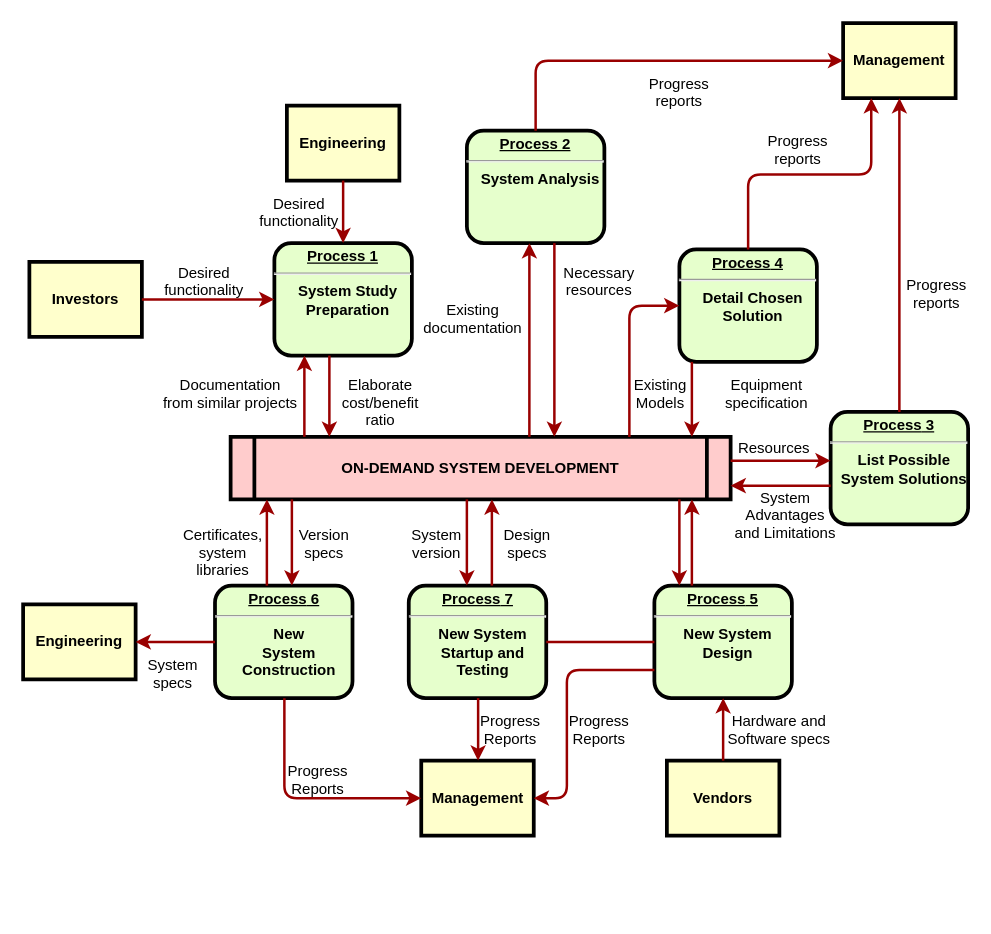
This is 未命名绘图.drawio from DavidDong004/GDN, a draw.io file, before an edit. Source tidied: cells renumbered, new cells numbered last; positions are measured from the earlier drawing's top-left corner, leaving out a move shared by most shapes. Both pictures are drawn from the tidied source at 125%, with x=0, y=0 at pixel (22, 22).
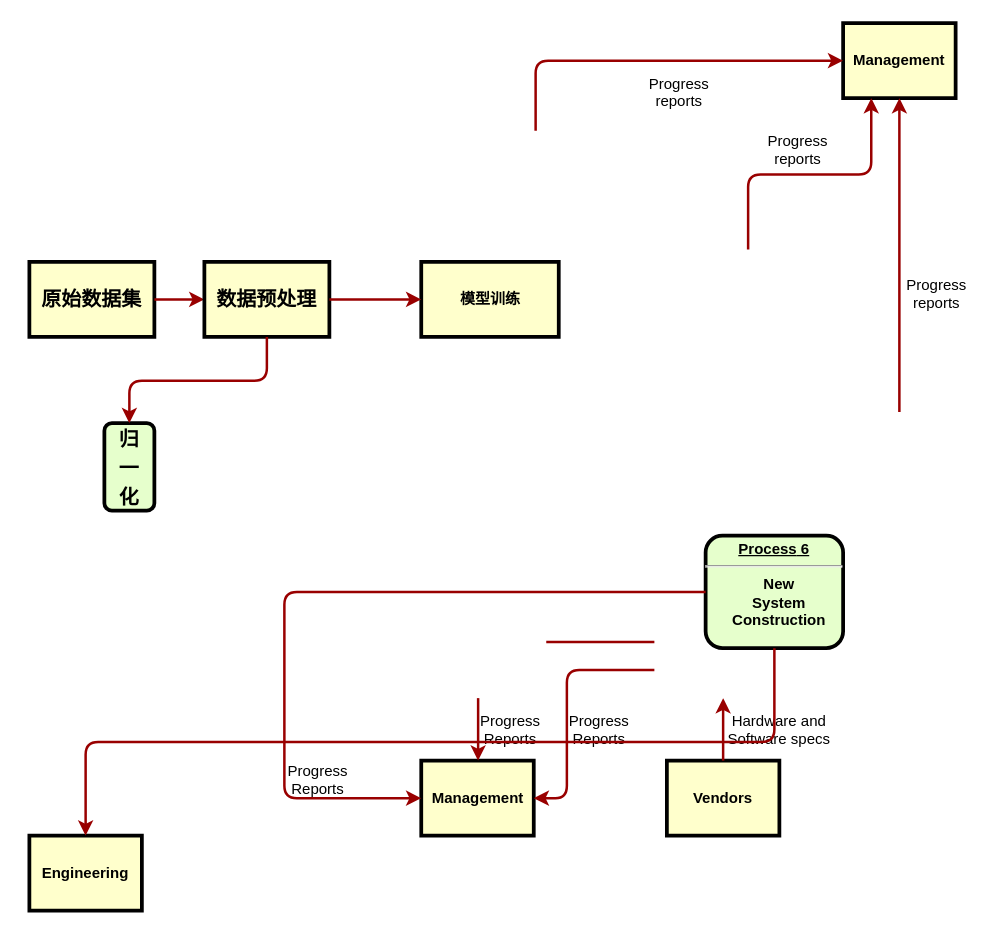
After the change.

Commit message (it also covers changes not shown here):
更新未命名绘图.drawio

Unchanged cells that the change refers to:
```xml
<mxCell id="11" value="Management" style="whiteSpace=wrap;align=center;verticalAlign=middle;fontStyle=1;strokeWidth=3;fillColor=#FFFFCC;" parent="1" vertex="1">
  <mxGeometry x="656" width="90" height="60" as="geometry" />
</mxCell>
<mxCell id="12" value="Management" style="whiteSpace=wrap;align=center;verticalAlign=middle;fontStyle=1;strokeWidth=3;fillColor=#FFFFCC;" parent="1" vertex="1">
  <mxGeometry x="318.5" y="590" width="90" height="60" as="geometry" />
</mxCell>
<mxCell id="14" value="Vendors" style="whiteSpace=wrap;align=center;verticalAlign=middle;fontStyle=1;strokeWidth=3;fillColor=#FFFFCC;" parent="1" vertex="1">
  <mxGeometry x="515" y="590" width="90" height="60" as="geometry" />
</mxCell>
```

Change to the diagram source:
```diff
@@
-    <mxCell id="2" value="&lt;p style=&quot;margin: 0px; margin-top: 4px; text-align: center; text-decoration: underline;&quot;&gt;&lt;strong&gt;Process 1&lt;br /&gt;&lt;/strong&gt;&lt;/p&gt;&lt;hr /&gt;&lt;p style=&quot;margin: 0px; margin-left: 8px;&quot;&gt;System Study&lt;/p&gt;&lt;p style=&quot;margin: 0px; margin-left: 8px;&quot;&gt;Preparation&lt;/p&gt;" style="verticalAlign=middle;align=center;overflow=fill;fontSize=12;fontFamily=Helvetica;html=1;rounded=1;fontStyle=1;strokeWidth=3;fillColor=#E6FFCC;" parent="1" vertex="1">
-      <mxGeometry x="201" y="176" width="110" height="90" as="geometry" />
-    </mxCell>
-    <mxCell id="3" value="Engineering" style="whiteSpace=wrap;align=center;verticalAlign=middle;fontStyle=1;strokeWidth=3;fillColor=#FFFFCC;" parent="1" vertex="1">
-      <mxGeometry x="211" y="66" width="90" height="60" as="geometry" />
-    </mxCell>
-    <mxCell id="4" value="Investors" style="whiteSpace=wrap;align=center;verticalAlign=middle;fontStyle=1;strokeWidth=3;fillColor=#FFFFCC;" parent="1" vertex="1">
-      <mxGeometry x="5" y="191" width="90" height="60" as="geometry" />
+    <mxCell id="4" value="原始数据集" style="whiteSpace=wrap;align=center;verticalAlign=middle;fontStyle=1;strokeWidth=3;fillColor=#FFFFCC;fontSize=16;" parent="1" vertex="1">
+      <mxGeometry x="5" y="191" width="100" height="60" as="geometry" />
     </mxCell>
-    <mxCell id="5" value="ON-DEMAND SYSTEM DEVELOPMENT" style="shape=process;whiteSpace=wrap;align=center;verticalAlign=middle;size=0.0475;fontStyle=1;strokeWidth=3;fillColor=#FFCCCC;" parent="1" vertex="1">
-      <mxGeometry x="166" y="331" width="400" height="50" as="geometry" />
-    </mxCell>
-    <mxCell id="6" value="&lt;p style=&quot;margin: 0px; margin-top: 4px; text-align: center; text-decoration: underline;&quot;&gt;&lt;strong&gt;Process 2&lt;br /&gt;&lt;/strong&gt;&lt;/p&gt;&lt;hr /&gt;&lt;p style=&quot;margin: 0px; margin-left: 8px;&quot;&gt;System Analysis&lt;/p&gt;" style="verticalAlign=middle;align=center;overflow=fill;fontSize=12;fontFamily=Helvetica;html=1;rounded=1;fontStyle=1;strokeWidth=3;fillColor=#E6FFCC;" parent="1" vertex="1">
-      <mxGeometry x="355" y="86" width="110" height="90" as="geometry" />
-    </mxCell>
-    <mxCell id="7" value="&lt;p style=&quot;margin: 0px; margin-top: 4px; text-align: center; text-decoration: underline;&quot;&gt;&lt;strong&gt;&lt;strong&gt;Process&lt;/strong&gt; 3&lt;br /&gt;&lt;/strong&gt;&lt;/p&gt;&lt;hr /&gt;&lt;p style=&quot;margin: 0px; margin-left: 8px;&quot;&gt;List Possible&lt;/p&gt;&lt;p style=&quot;margin: 0px; margin-left: 8px;&quot;&gt;System Solutions&lt;/p&gt;" style="verticalAlign=middle;align=center;overflow=fill;fontSize=12;fontFamily=Helvetica;html=1;rounded=1;fontStyle=1;strokeWidth=3;fillColor=#E6FFCC;" parent="1" vertex="1">
-      <mxGeometry x="646" y="311" width="110" height="90" as="geometry" />
-    </mxCell>
-    <mxCell id="8" value="&lt;p style=&quot;margin: 0px; margin-top: 4px; text-align: center; text-decoration: underline;&quot;&gt;&lt;strong&gt;&lt;strong&gt;Process&lt;/strong&gt; 4&lt;br /&gt;&lt;/strong&gt;&lt;/p&gt;&lt;hr /&gt;&lt;p style=&quot;margin: 0px; margin-left: 8px;&quot;&gt;Detail Chosen&lt;/p&gt;&lt;p style=&quot;margin: 0px; margin-left: 8px;&quot;&gt;Solution&lt;/p&gt;" style="verticalAlign=middle;align=center;overflow=fill;fontSize=12;fontFamily=Helvetica;html=1;rounded=1;fontStyle=1;strokeWidth=3;fillColor=#E6FFCC;" parent="1" vertex="1">
-      <mxGeometry x="525" y="181" width="110" height="90" as="geometry" />
-    </mxCell>
-    <mxCell id="9" value="&lt;p style=&quot;margin: 0px; margin-top: 4px; text-align: center; text-decoration: underline;&quot;&gt;&lt;strong&gt;&lt;strong&gt;Process&lt;/strong&gt; 5&lt;br /&gt;&lt;/strong&gt;&lt;/p&gt;&lt;hr /&gt;&lt;p style=&quot;margin: 0px; margin-left: 8px;&quot;&gt;New System&lt;/p&gt;&lt;p style=&quot;margin: 0px; margin-left: 8px;&quot;&gt;Design&lt;/p&gt;" style="verticalAlign=middle;align=center;overflow=fill;fontSize=12;fontFamily=Helvetica;html=1;rounded=1;fontStyle=1;strokeWidth=3;fillColor=#E6FFCC;" parent="1" vertex="1">
-      <mxGeometry x="505" y="450" width="110" height="90" as="geometry" />
-    </mxCell>
     <mxCell id="10" value="&lt;p style=&quot;margin: 0px; margin-top: 4px; text-align: center; text-decoration: underline;&quot;&gt;&lt;strong&gt;&lt;strong&gt;Process&lt;/strong&gt; 6&lt;br /&gt;&lt;/strong&gt;&lt;/p&gt;&lt;hr /&gt;&lt;p style=&quot;margin: 0px; margin-left: 8px;&quot;&gt;New&lt;/p&gt;&lt;p style=&quot;margin: 0px; margin-left: 8px;&quot;&gt;System&lt;/p&gt;&lt;p style=&quot;margin: 0px; margin-left: 8px;&quot;&gt;Construction&lt;/p&gt;" style="verticalAlign=middle;align=center;overflow=fill;fontSize=12;fontFamily=Helvetica;html=1;rounded=1;fontStyle=1;strokeWidth=3;fillColor=#E6FFCC;" parent="1" vertex="1">
-      <mxGeometry x="153.5" y="450" width="110" height="90" as="geometry" />
+      <mxGeometry x="546" y="410" width="110" height="90" as="geometry" />
     </mxCell>
@@
     <mxCell id="13" value="Engineering" style="whiteSpace=wrap;align=center;verticalAlign=middle;fontStyle=1;strokeWidth=3;fillColor=#FFFFCC;" parent="1" vertex="1">
-      <mxGeometry y="465" width="90" height="60" as="geometry" />
+      <mxGeometry x="5" y="650" width="90" height="60" as="geometry" />
     </mxCell>
@@
-    <mxCell id="15" style="edgeStyle=none;noEdgeStyle=1;strokeColor=#990000;strokeWidth=2;" parent="1" edge="1" source="3" target="2">
-      <mxGeometry relative="1" as="geometry" />
-    </mxCell>
-    <mxCell id="16" style="edgeStyle=none;noEdgeStyle=1;strokeColor=#990000;strokeWidth=2;" parent="1" edge="1" source="4" target="2">
+    <mxCell id="16" style="edgeStyle=none;noEdgeStyle=1;strokeColor=#990000;strokeWidth=2;" parent="1" edge="1" source="4" target="63">
       <mxGeometry relative="1" as="geometry" />
     </mxCell>
-    <mxCell id="17" value="&lt;p style=&quot;margin: 0px; margin-top: 4px; text-align: center; text-decoration: underline;&quot;&gt;&lt;strong&gt;&lt;strong&gt;Process&lt;/strong&gt; 7&lt;br /&gt;&lt;/strong&gt;&lt;/p&gt;&lt;hr /&gt;&lt;p style=&quot;margin: 0px; margin-left: 8px;&quot;&gt;New System&lt;/p&gt;&lt;p style=&quot;margin: 0px; margin-left: 8px;&quot;&gt;Startup and&lt;/p&gt;&lt;p style=&quot;margin: 0px; margin-left: 8px;&quot;&gt;Testing&lt;/p&gt;" style="verticalAlign=middle;align=center;overflow=fill;fontSize=12;fontFamily=Helvetica;html=1;rounded=1;fontStyle=1;strokeWidth=3;fillColor=#E6FFCC;" parent="1" vertex="1">
-      <mxGeometry x="308.5" y="450" width="110" height="90" as="geometry" />
-    </mxCell>
-    <mxCell id="18" style="endArrow=none;noEdgeStyle=1;strokeColor=#990000;strokeWidth=2;" parent="1" edge="1" source="9" target="17">
-      <mxGeometry relative="1" as="geometry" />
+    <mxCell id="18" style="endArrow=none;noEdgeStyle=1;strokeColor=#990000;strokeWidth=2;" parent="1" edge="1">
+      <mxGeometry relative="1" as="geometry">
+        <mxPoint x="505" y="495" as="sourcePoint" />
+        <mxPoint x="418.5" y="495" as="targetPoint" />
+      </mxGeometry>
     </mxCell>
-    <mxCell id="19" value="Desired &#10;functionality" style="text;spacingTop=-5;align=center;" parent="1" vertex="1">
-      <mxGeometry x="130" y="191" width="30" height="20" as="geometry" />
-    </mxCell>
-    <mxCell id="20" value="Desired &#10;functionality" style="text;spacingTop=-5;align=center;" parent="1" vertex="1">
-      <mxGeometry x="206" y="136" width="30" height="20" as="geometry" />
-    </mxCell>
-    <mxCell id="21" value="Documentation&#10;from similar projects" style="text;spacingTop=-5;align=center;" parent="1" vertex="1">
-      <mxGeometry x="151" y="281" width="30" height="20" as="geometry" />
-    </mxCell>
-    <mxCell id="22" style="edgeStyle=elbowEdgeStyle;elbow=horizontal;strokeColor=#990000;strokeWidth=2;" parent="1" edge="1" source="5" target="2">
-      <mxGeometry relative="1" as="geometry">
-        <Array as="points">
-          <mxPoint x="225" y="310" />
-        </Array>
-      </mxGeometry>
-    </mxCell>
-    <mxCell id="23" style="edgeStyle=elbowEdgeStyle;elbow=horizontal;strokeColor=#990000;strokeWidth=2;" parent="1" edge="1" source="2" target="5">
-      <mxGeometry relative="1" as="geometry">
-        <Array as="points">
-          <mxPoint x="245" y="300" />
-        </Array>
-      </mxGeometry>
-    </mxCell>
-    <mxCell id="24" value="Elaborate&#10;cost/benefit&#10;ratio" style="text;spacingTop=-5;align=center;" parent="1" vertex="1">
-      <mxGeometry x="271" y="281" width="30" height="20" as="geometry" />
-    </mxCell>
-    <mxCell id="25" style="edgeStyle=elbowEdgeStyle;elbow=horizontal;strokeColor=#990000;strokeWidth=2;" parent="1" edge="1" source="5" target="6">
-      <mxGeometry relative="1" as="geometry">
-        <Array as="points">
-          <mxPoint x="405" y="250" />
-        </Array>
-      </mxGeometry>
-    </mxCell>
-    <mxCell id="26" style="edgeStyle=elbowEdgeStyle;elbow=horizontal;strokeColor=#990000;strokeWidth=2;" parent="1" edge="1" source="6" target="5">
-      <mxGeometry relative="1" as="geometry">
-        <Array as="points">
-          <mxPoint x="425" y="260" />
-        </Array>
-      </mxGeometry>
-    </mxCell>
-    <mxCell id="27" value="Existing&#10;documentation" style="text;spacingTop=-5;align=center;" parent="1" vertex="1">
-      <mxGeometry x="345" y="221" width="30" height="20" as="geometry" />
-    </mxCell>
-    <mxCell id="28" value="Necessary&#10;resources" style="text;spacingTop=-5;align=center;" parent="1" vertex="1">
-      <mxGeometry x="446" y="191" width="30" height="20" as="geometry" />
-    </mxCell>
@@
-    <mxCell id="32" style="edgeStyle=elbowEdgeStyle;elbow=horizontal;strokeColor=#990000;strokeWidth=2;" parent="1" edge="1" source="6" target="11">
+    <mxCell id="32" style="edgeStyle=elbowEdgeStyle;elbow=horizontal;strokeColor=#990000;strokeWidth=2;" parent="1" edge="1" target="11">
       <mxGeometry relative="1" as="geometry">
+        <mxPoint x="410" y="86" as="sourcePoint" />
         <Array as="points">
           <mxPoint x="410" y="80" />
         </Array>
       </mxGeometry>
     </mxCell>
-    <mxCell id="33" style="edgeStyle=elbowEdgeStyle;elbow=vertical;entryX=0.25;entryY=1;strokeColor=#990000;strokeWidth=2;" parent="1" edge="1" source="8" target="11">
-      <mxGeometry relative="1" as="geometry" />
+    <mxCell id="33" style="edgeStyle=elbowEdgeStyle;elbow=vertical;entryX=0.25;entryY=1;strokeColor=#990000;strokeWidth=2;" parent="1" edge="1" target="11">
+      <mxGeometry relative="1" as="geometry">
+        <mxPoint x="580" y="181" as="sourcePoint" />
+      </mxGeometry>
     </mxCell>
-    <mxCell id="34" style="edgeStyle=elbowEdgeStyle;elbow=horizontal;strokeColor=#990000;strokeWidth=2;" parent="1" edge="1" source="7" target="11">
-      <mxGeometry relative="1" as="geometry" />
+    <mxCell id="34" style="edgeStyle=elbowEdgeStyle;elbow=horizontal;strokeColor=#990000;strokeWidth=2;" parent="1" edge="1" target="11">
+      <mxGeometry relative="1" as="geometry">
+        <mxPoint x="701" y="311" as="sourcePoint" />
+      </mxGeometry>
     </mxCell>
-    <mxCell id="35" style="edgeStyle=elbowEdgeStyle;elbow=horizontal;strokeColor=#990000;strokeWidth=2;" parent="1" edge="1" source="8" target="5">
-      <mxGeometry relative="1" as="geometry">
-        <Array as="points">
-          <mxPoint x="535" y="300" />
-        </Array>
-      </mxGeometry>
-    </mxCell>
-    <mxCell id="36" style="edgeStyle=segmentEdgeStyle;strokeColor=#990000;strokeWidth=2;" parent="1" edge="1" source="5" target="8">
-      <mxGeometry relative="1" as="geometry">
-        <Array as="points">
-          <mxPoint x="485" y="226" />
-        </Array>
-      </mxGeometry>
-    </mxCell>
-    <mxCell id="37" value="Existing&#10;Models" style="text;spacingTop=-5;align=center;" parent="1" vertex="1">
-      <mxGeometry x="495" y="281" width="30" height="20" as="geometry" />
-    </mxCell>
-    <mxCell id="38" value="Equipment&#10;specification" style="text;spacingTop=-5;align=center;" parent="1" vertex="1">
-      <mxGeometry x="580" y="281" width="30" height="20" as="geometry" />
-    </mxCell>
-    <mxCell id="39" style="edgeStyle=elbowEdgeStyle;elbow=vertical;strokeColor=#990000;strokeWidth=2;" parent="1" edge="1" source="5" target="7">
-      <mxGeometry relative="1" as="geometry">
-        <Array as="points">
-          <mxPoint x="615" y="350" />
-        </Array>
-      </mxGeometry>
-    </mxCell>
-    <mxCell id="40" style="edgeStyle=elbowEdgeStyle;elbow=vertical;strokeColor=#990000;strokeWidth=2;" parent="1" edge="1" source="7" target="5">
-      <mxGeometry relative="1" as="geometry">
-        <Array as="points">
-          <mxPoint x="615" y="370" />
-        </Array>
-      </mxGeometry>
-    </mxCell>
-    <mxCell id="41" value="Resources" style="text;spacingTop=-5;align=center;" parent="1" vertex="1">
-      <mxGeometry x="586" y="331" width="30" height="20" as="geometry" />
-    </mxCell>
-    <mxCell id="42" value="System &#10;Advantages &#10;and Limitations" style="text;spacingTop=-5;align=center;" parent="1" vertex="1">
-      <mxGeometry x="595" y="371" width="30" height="20" as="geometry" />
-    </mxCell>
-    <mxCell id="43" style="edgeStyle=elbowEdgeStyle;elbow=horizontal;strokeColor=#990000;strokeWidth=2;" parent="1" edge="1" source="9" target="5">
-      <mxGeometry relative="1" as="geometry">
-        <Array as="points">
-          <mxPoint x="535" y="410" />
-        </Array>
-      </mxGeometry>
-    </mxCell>
-    <mxCell id="44" style="edgeStyle=elbowEdgeStyle;elbow=horizontal;strokeColor=#990000;strokeWidth=2;" parent="1" edge="1" source="5" target="9">
-      <mxGeometry relative="1" as="geometry">
-        <Array as="points">
-          <mxPoint x="525" y="420" />
-        </Array>
-      </mxGeometry>
-    </mxCell>
-    <mxCell id="45" style="edgeStyle=elbowEdgeStyle;elbow=horizontal;strokeColor=#990000;strokeWidth=2;" parent="1" edge="1" source="14" target="9">
-      <mxGeometry relative="1" as="geometry" />
+    <mxCell id="45" style="edgeStyle=elbowEdgeStyle;elbow=horizontal;strokeColor=#990000;strokeWidth=2;" parent="1" edge="1" source="14">
+      <mxGeometry relative="1" as="geometry">
+        <mxPoint x="560" y="540" as="targetPoint" />
+      </mxGeometry>
     </mxCell>
@@
-    <mxCell id="47" style="edgeStyle=elbowEdgeStyle;elbow=horizontal;exitX=0;exitY=0.75;strokeColor=#990000;strokeWidth=2;" parent="1" edge="1" source="9" target="12">
+    <mxCell id="47" style="edgeStyle=elbowEdgeStyle;elbow=horizontal;exitX=0;exitY=0.75;strokeColor=#990000;strokeWidth=2;" parent="1" edge="1" target="12">
       <mxGeometry relative="1" as="geometry">
+        <mxPoint x="505" y="517.5" as="sourcePoint" />
         <Array as="points">
           <mxPoint x="435" y="570" />
         </Array>
       </mxGeometry>
     </mxCell>
@@
-    <mxCell id="49" style="edgeStyle=elbowEdgeStyle;elbow=horizontal;strokeColor=#990000;strokeWidth=2;" parent="1" edge="1" source="17" target="12">
-      <mxGeometry relative="1" as="geometry" />
+    <mxCell id="49" style="edgeStyle=elbowEdgeStyle;elbow=horizontal;strokeColor=#990000;strokeWidth=2;" parent="1" edge="1" target="12">
+      <mxGeometry relative="1" as="geometry">
+        <mxPoint x="364" y="540" as="sourcePoint" />
+      </mxGeometry>
     </mxCell>
@@
-    <mxCell id="54" style="edgeStyle=elbowEdgeStyle;elbow=horizontal;strokeColor=#990000;strokeWidth=2;" parent="1" edge="1" source="5" target="17">
-      <mxGeometry relative="1" as="geometry">
-        <Array as="points">
-          <mxPoint x="355" y="410" />
-        </Array>
-      </mxGeometry>
-    </mxCell>
-    <mxCell id="55" style="edgeStyle=elbowEdgeStyle;elbow=horizontal;strokeColor=#990000;strokeWidth=2;" parent="1" edge="1" source="17" target="5">
-      <mxGeometry relative="1" as="geometry">
-        <Array as="points">
-          <mxPoint x="375" y="410" />
-        </Array>
-      </mxGeometry>
-    </mxCell>
-    <mxCell id="56" value="Version&#10;specs" style="text;spacingTop=-5;align=center;" parent="1" vertex="1">
-      <mxGeometry x="226" y="401" width="30" height="20" as="geometry" />
-    </mxCell>
-    <mxCell id="57" value="Certificates,&#10;system&#10;libraries" style="text;spacingTop=-5;align=center;" parent="1" vertex="1">
-      <mxGeometry x="145" y="401" width="30" height="20" as="geometry" />
-    </mxCell>
-    <mxCell id="58" style="edgeStyle=elbowEdgeStyle;elbow=horizontal;strokeColor=#990000;strokeWidth=2;" parent="1" edge="1" source="5" target="10">
-      <mxGeometry relative="1" as="geometry">
-        <Array as="points">
-          <mxPoint x="215" y="410" />
-        </Array>
-      </mxGeometry>
-    </mxCell>
-    <mxCell id="59" style="edgeStyle=elbowEdgeStyle;elbow=horizontal;strokeColor=#990000;strokeWidth=2;" parent="1" edge="1" source="10" target="5">
-      <mxGeometry relative="1" as="geometry">
-        <Array as="points">
-          <mxPoint x="195" y="410" />
-        </Array>
-      </mxGeometry>
-    </mxCell>
-    <mxCell id="60" value="System&#10;specs" style="text;spacingTop=-5;align=center;" parent="1" vertex="1">
-      <mxGeometry x="105" y="505" width="30" height="20" as="geometry" />
-    </mxCell>
-    <mxCell id="61" value="Design&#10;specs" style="text;spacingTop=-5;align=center;" parent="1" vertex="1">
-      <mxGeometry x="388.5" y="401" width="30" height="20" as="geometry" />
-    </mxCell>
-    <mxCell id="62" value="System&#10;version" style="text;spacingTop=-5;align=center;" parent="1" vertex="1">
-      <mxGeometry x="316" y="401" width="30" height="20" as="geometry" />
-    </mxCell>
+    <mxCell id="63" value="数据预处理" style="whiteSpace=wrap;align=center;verticalAlign=middle;fontStyle=1;strokeWidth=3;fillColor=#FFFFCC;fontSize=16;" parent="1" vertex="1">
+      <mxGeometry x="145" y="191" width="100" height="60" as="geometry" />
+    </mxCell>
+    <mxCell id="64" value="&lt;p style=&quot;margin: 4px 0px 0px; font-size: 16px;&quot;&gt;&lt;font style=&quot;font-size: 16px;&quot;&gt;归&lt;/font&gt;&lt;/p&gt;&lt;p style=&quot;margin: 4px 0px 0px; font-size: 16px;&quot;&gt;&lt;font style=&quot;font-size: 16px;&quot;&gt;一&lt;/font&gt;&lt;/p&gt;&lt;p style=&quot;margin: 4px 0px 0px; font-size: 16px;&quot;&gt;&lt;font style=&quot;font-size: 16px;&quot;&gt;化&lt;/font&gt;&lt;/p&gt;&lt;p style=&quot;margin: 0px 0px 0px 8px; font-size: 16px;&quot;&gt;&lt;br&gt;&lt;/p&gt;" style="verticalAlign=middle;align=center;overflow=fill;fontSize=12;fontFamily=Helvetica;html=1;rounded=1;fontStyle=1;strokeWidth=3;fillColor=#E6FFCC;" parent="1" vertex="1">
+      <mxGeometry x="65" y="320" width="40" height="70" as="geometry" />
+    </mxCell>
+    <mxCell id="65" style="edgeStyle=elbowEdgeStyle;elbow=vertical;strokeColor=#990000;strokeWidth=2;exitX=0.5;exitY=1;exitDx=0;exitDy=0;" parent="1" edge="1" source="63" target="64">
+      <mxGeometry relative="1" as="geometry" />
+    </mxCell>
+    <mxCell id="66" value="模型训练" style="whiteSpace=wrap;align=center;verticalAlign=middle;fontStyle=1;strokeWidth=3;fillColor=#FFFFCC;" parent="1" vertex="1">
+      <mxGeometry x="318.5" y="191" width="110" height="60" as="geometry" />
+    </mxCell>
+    <mxCell id="67" style="edgeStyle=elbowEdgeStyle;elbow=horizontal;strokeColor=#990000;strokeWidth=2;exitX=1;exitY=0.5;exitDx=0;exitDy=0;entryX=0;entryY=0.5;entryDx=0;entryDy=0;" parent="1" edge="1" source="63" target="66">
+      <mxGeometry relative="1" as="geometry" />
+    </mxCell>
```
